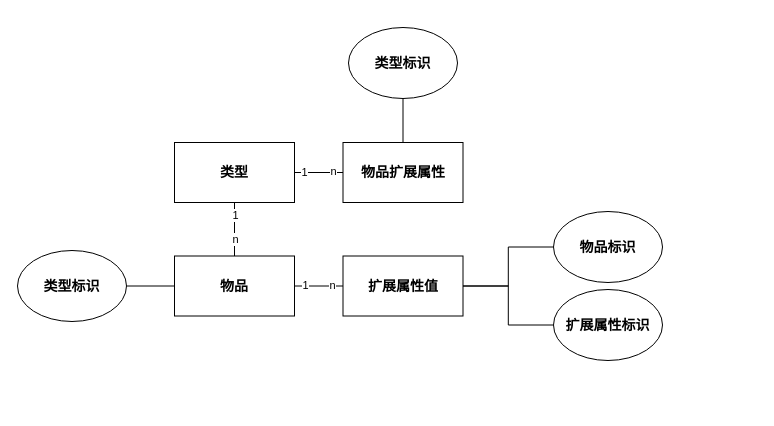
The draw.io diagram 存储模型ER图.drawio in sjxbg/xmindfile, before the edit. Source tidied: cells renumbered, new cells numbered last; positions are measured from the earlier drawing's top-left corner, leaving out a move shared by most shapes. Both pictures are drawn from the tidied source at 100%, with x=0, y=0 at pixel (17, 27).
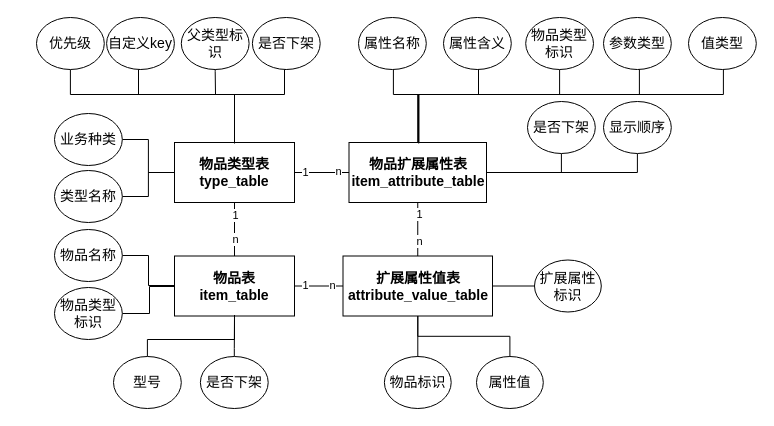
The same page after the edit.

Commit message:
更新存储模型ER图.drawio

Diff of the diagram source:
```diff
@@
-    <mxCell id="5" value="类型" style="rounded=0;whiteSpace=wrap;html=1;fontStyle=1;fontSize=14;" parent="1" vertex="1">
+    <mxCell id="5" value="物品类型表&lt;br&gt;type_table" style="rounded=0;whiteSpace=wrap;html=1;fontStyle=1;fontSize=14;" parent="1" vertex="1">
       <mxGeometry x="157" y="115" width="120" height="60" as="geometry" />
     </mxCell>
-    <mxCell id="6" style="edgeStyle=orthogonalEdgeStyle;rounded=0;jettySize=auto;html=1;endArrow=none;endFill=0;fontStyle=1;fontSize=14;" parent="1" edge="1" source="7" target="16">
+    <mxCell id="6" style="edgeStyle=orthogonalEdgeStyle;rounded=0;jettySize=auto;html=1;endArrow=none;endFill=0;fontStyle=1;fontSize=14;exitX=0;exitY=0.5;exitDx=0;exitDy=0;" parent="1" edge="1" source="5" target="16">
       <mxGeometry relative="1" as="geometry" />
     </mxCell>
+    <mxCell id="23" style="edgeStyle=orthogonalEdgeStyle;rounded=0;jettySize=auto;html=1;endArrow=none;endFill=0;" parent="1" edge="1" source="7" target="15">
+      <mxGeometry relative="1" as="geometry" />
+    </mxCell>
+    <mxCell id="24" value="1" style="edgeLabel;html=1;align=center;verticalAlign=middle;" parent="23" vertex="1">
+      <mxGeometry x="-0.58" y="1" relative="1" as="geometry" />
+    </mxCell>
+    <mxCell id="25" value="n" style="edgeLabel;html=1;align=center;verticalAlign=middle;" parent="23" vertex="1">
+      <mxGeometry x="0.43" y="1" relative="1" as="geometry" />
+    </mxCell>
-    <mxCell id="7" value="物品扩展属性" style="rounded=0;whiteSpace=wrap;html=1;fontStyle=1;fontSize=14;" parent="1" vertex="1">
-      <mxGeometry x="325.5" y="115" width="120" height="60" as="geometry" />
+    <mxCell id="7" value="物品扩展属性表&lt;br&gt;item_attribute_table" style="rounded=0;whiteSpace=wrap;html=1;fontStyle=1;fontSize=14;" parent="1" vertex="1">
+      <mxGeometry x="331.5" y="115" width="137.5" height="60" as="geometry" />
     </mxCell>
@@
-    <mxCell id="11" style="edgeStyle=orthogonalEdgeStyle;rounded=0;jettySize=auto;html=1;entryX=1;entryY=0.5;entryDx=0;entryDy=0;endArrow=none;endFill=0;fontStyle=1;fontSize=14;" parent="1" edge="1" source="12" target="18">
-      <mxGeometry relative="1" as="geometry" />
-    </mxCell>
-    <mxCell id="12" value="物品" style="rounded=0;whiteSpace=wrap;html=1;fontStyle=1;fontSize=14;" parent="1" vertex="1">
+    <mxCell id="12" value="物品表&lt;br&gt;item_table" style="rounded=0;whiteSpace=wrap;html=1;fontStyle=1;fontSize=14;" parent="1" vertex="1">
       <mxGeometry x="157" y="228.5" width="120" height="60" as="geometry" />
     </mxCell>
-    <mxCell id="13" style="edgeStyle=orthogonalEdgeStyle;rounded=0;jettySize=auto;html=1;endArrow=none;endFill=0;fontStyle=1;fontSize=14;" parent="1" edge="1" source="15" target="17">
-      <mxGeometry relative="1" as="geometry" />
-    </mxCell>
-    <mxCell id="14" style="edgeStyle=orthogonalEdgeStyle;rounded=0;jettySize=auto;html=1;endArrow=none;endFill=0;" parent="1" edge="1" source="15" target="22">
-      <mxGeometry relative="1" as="geometry" />
-    </mxCell>
-    <mxCell id="15" value="扩展属性值" style="rounded=0;whiteSpace=wrap;html=1;fontStyle=1;fontSize=14;" parent="1" vertex="1">
-      <mxGeometry x="325.5" y="228.5" width="120" height="60" as="geometry" />
+    <mxCell id="15" value="扩展属性值表&lt;br&gt;attribute_value_table" style="rounded=0;whiteSpace=wrap;html=1;fontStyle=1;fontSize=14;" parent="1" vertex="1">
+      <mxGeometry x="325.5" y="228.5" width="149.5" height="60" as="geometry" />
     </mxCell>
-    <mxCell id="16" value="类型标识" style="ellipse;whiteSpace=wrap;html=1;fontStyle=1;fontSize=14;" parent="1" vertex="1">
-      <mxGeometry x="331" width="109" height="71" as="geometry" />
+    <mxCell id="16" value="类型名称" style="ellipse;whiteSpace=wrap;html=1;fontStyle=0;fontSize=14;" parent="1" vertex="1">
+      <mxGeometry x="37" y="143" width="67.8" height="52" as="geometry" />
     </mxCell>
-    <mxCell id="17" value="物品标识" style="ellipse;whiteSpace=wrap;html=1;fontStyle=1;fontSize=14;" parent="1" vertex="1">
-      <mxGeometry x="536" y="184" width="109" height="71" as="geometry" />
-    </mxCell>
-    <mxCell id="18" value="类型标识" style="ellipse;whiteSpace=wrap;html=1;fontStyle=1;fontSize=14;" parent="1" vertex="1">
-      <mxGeometry y="223" width="109" height="71" as="geometry" />
-    </mxCell>
@@
+    <mxCell id="26" style="edgeStyle=orthogonalEdgeStyle;rounded=0;jettySize=auto;html=1;entryX=0;entryY=0.5;entryDx=0;entryDy=0;endArrow=none;endFill=0;exitX=1;exitY=0.5;exitDx=0;exitDy=0;" parent="1" edge="1" source="27" target="5">
+      <mxGeometry relative="1" as="geometry" />
+    </mxCell>
+    <mxCell id="27" value="业务种类" style="ellipse;whiteSpace=wrap;html=1;fontStyle=0;fontSize=14;" parent="1" vertex="1">
+      <mxGeometry x="37" y="86" width="67.8" height="52" as="geometry" />
+    </mxCell>
+    <mxCell id="28" style="edgeStyle=orthogonalEdgeStyle;rounded=0;jettySize=auto;html=1;endArrow=none;endFill=0;exitX=0.5;exitY=1;exitDx=0;exitDy=0;" parent="1" edge="1" source="29">
+      <mxGeometry relative="1" as="geometry">
+        <mxPoint x="199" y="115" as="targetPoint" />
+        <Array as="points">
+          <mxPoint x="53" y="67" />
+          <mxPoint x="217" y="67" />
+          <mxPoint x="217" y="115" />
+        </Array>
+      </mxGeometry>
+    </mxCell>
+    <mxCell id="29" value="优先级" style="ellipse;whiteSpace=wrap;html=1;fontStyle=0;fontSize=14;" parent="1" vertex="1">
+      <mxGeometry x="19" y="-10" width="67.8" height="52" as="geometry" />
+    </mxCell>
+    <mxCell id="30" style="edgeStyle=orthogonalEdgeStyle;rounded=0;jettySize=auto;html=1;endArrow=none;endFill=0;exitX=0.5;exitY=1;exitDx=0;exitDy=0;" parent="1" edge="1" source="31">
+      <mxGeometry relative="1" as="geometry">
+        <mxPoint x="183" y="115" as="targetPoint" />
+        <Array as="points">
+          <mxPoint x="121" y="42" />
+          <mxPoint x="121" y="67" />
+          <mxPoint x="217" y="67" />
+          <mxPoint x="217" y="115" />
+        </Array>
+      </mxGeometry>
+    </mxCell>
+    <mxCell id="31" value="自定义key" style="ellipse;whiteSpace=wrap;html=1;fontStyle=0;fontSize=14;" parent="1" vertex="1">
+      <mxGeometry x="89.1" y="-10" width="67.8" height="52" as="geometry" />
+    </mxCell>
+    <mxCell id="32" style="edgeStyle=orthogonalEdgeStyle;rounded=0;jettySize=auto;html=1;endArrow=none;endFill=0;exitX=0.5;exitY=1;exitDx=0;exitDy=0;" parent="1" edge="1" source="33">
+      <mxGeometry relative="1" as="geometry">
+        <mxPoint x="217" y="116" as="targetPoint" />
+        <Array as="points">
+          <mxPoint x="267" y="67" />
+          <mxPoint x="217" y="67" />
+        </Array>
+      </mxGeometry>
+    </mxCell>
+    <mxCell id="33" value="是否下架" style="ellipse;whiteSpace=wrap;html=1;fontStyle=0;fontSize=14;" parent="1" vertex="1">
+      <mxGeometry x="234.9" y="-10" width="67.8" height="52" as="geometry" />
+    </mxCell>
+    <mxCell id="34" style="edgeStyle=orthogonalEdgeStyle;rounded=0;orthogonalLoop=1;jettySize=auto;html=1;endArrow=none;endFill=0;exitX=0.5;exitY=1;exitDx=0;exitDy=0;" parent="1" edge="1">
+      <mxGeometry relative="1" as="geometry">
+        <mxPoint x="375.9" y="42" as="sourcePoint" />
+        <mxPoint x="401" y="114" as="targetPoint" />
+        <Array as="points">
+          <mxPoint x="376" y="67" />
+          <mxPoint x="401" y="67" />
+        </Array>
+      </mxGeometry>
+    </mxCell>
+    <mxCell id="35" value="属性名称" style="ellipse;whiteSpace=wrap;html=1;fontStyle=0;fontSize=14;" parent="1" vertex="1">
+      <mxGeometry x="341" y="-10" width="67.8" height="52" as="geometry" />
+    </mxCell>
+    <mxCell id="36" style="edgeStyle=orthogonalEdgeStyle;rounded=0;orthogonalLoop=1;jettySize=auto;html=1;endArrow=none;endFill=0;exitX=0.5;exitY=1;exitDx=0;exitDy=0;entryX=0.5;entryY=0;entryDx=0;entryDy=0;" parent="1" edge="1">
+      <mxGeometry relative="1" as="geometry">
+        <mxPoint x="459.9" y="42" as="sourcePoint" />
+        <mxPoint x="400.2" y="115" as="targetPoint" />
+        <Array as="points">
+          <mxPoint x="461" y="67" />
+          <mxPoint x="400" y="67" />
+        </Array>
+      </mxGeometry>
+    </mxCell>
+    <mxCell id="37" value="属性含义" style="ellipse;whiteSpace=wrap;html=1;fontStyle=0;fontSize=14;" parent="1" vertex="1">
+      <mxGeometry x="426" y="-10" width="67.8" height="52" as="geometry" />
+    </mxCell>
+    <mxCell id="38" style="edgeStyle=orthogonalEdgeStyle;rounded=0;orthogonalLoop=1;jettySize=auto;html=1;endArrow=none;endFill=0;entryX=0.5;entryY=0;entryDx=0;entryDy=0;" parent="1" edge="1">
+      <mxGeometry relative="1" as="geometry">
+        <mxPoint x="621.9" y="17" as="sourcePoint" />
+        <mxPoint x="401.2" y="115" as="targetPoint" />
+        <Array as="points">
+          <mxPoint x="622" y="67" />
+          <mxPoint x="401" y="67" />
+        </Array>
+      </mxGeometry>
+    </mxCell>
+    <mxCell id="39" style="edgeStyle=orthogonalEdgeStyle;rounded=0;orthogonalLoop=1;jettySize=auto;html=1;entryX=0.5;entryY=0;entryDx=0;entryDy=0;endArrow=none;endFill=0;exitX=0.5;exitY=1;exitDx=0;exitDy=0;" parent="1" edge="1">
+      <mxGeometry relative="1" as="geometry">
+        <mxPoint x="542.1" y="42" as="sourcePoint" />
+        <mxPoint x="401.2" y="116" as="targetPoint" />
+        <Array as="points">
+          <mxPoint x="542" y="67" />
+          <mxPoint x="401" y="67" />
+        </Array>
+      </mxGeometry>
+    </mxCell>
+    <mxCell id="40" value="值类型" style="ellipse;whiteSpace=wrap;html=1;fontStyle=0;fontSize=14;" parent="1" vertex="1">
+      <mxGeometry x="671" y="-10" width="67.8" height="52" as="geometry" />
+    </mxCell>
+    <mxCell id="41" style="edgeStyle=orthogonalEdgeStyle;rounded=0;jettySize=auto;html=1;entryX=1;entryY=0.5;entryDx=0;entryDy=0;endArrow=none;endFill=0;exitX=0.5;exitY=1;exitDx=0;exitDy=0;" parent="1" edge="1" source="42" target="7">
+      <mxGeometry relative="1" as="geometry">
+        <Array as="points">
+          <mxPoint x="620" y="145" />
+        </Array>
+      </mxGeometry>
+    </mxCell>
+    <mxCell id="42" value="显示顺序" style="ellipse;whiteSpace=wrap;html=1;fontStyle=0;fontSize=14;" parent="1" vertex="1">
+      <mxGeometry x="586" y="74" width="67.8" height="52" as="geometry" />
+    </mxCell>
+    <mxCell id="43" style="edgeStyle=orthogonalEdgeStyle;rounded=0;jettySize=auto;html=1;entryX=1;entryY=0.5;entryDx=0;entryDy=0;endArrow=none;endFill=0;exitX=0.5;exitY=1;exitDx=0;exitDy=0;" parent="1" edge="1" source="44" target="7">
+      <mxGeometry relative="1" as="geometry">
+        <Array as="points">
+          <mxPoint x="544" y="145" />
+        </Array>
+      </mxGeometry>
+    </mxCell>
+    <mxCell id="44" value="是否下架" style="ellipse;whiteSpace=wrap;html=1;fontStyle=0;fontSize=14;" parent="1" vertex="1">
+      <mxGeometry x="510" y="74" width="67.8" height="52" as="geometry" />
+    </mxCell>
+    <mxCell id="45" style="edgeStyle=orthogonalEdgeStyle;rounded=0;orthogonalLoop=1;jettySize=auto;html=1;entryX=0.5;entryY=0;entryDx=0;entryDy=0;endArrow=none;endFill=0;exitX=0.5;exitY=1;exitDx=0;exitDy=0;" parent="1" edge="1">
+      <mxGeometry relative="1" as="geometry">
+        <mxPoint x="705.9" y="42" as="sourcePoint" />
+        <mxPoint x="401.2" y="115" as="targetPoint" />
+        <Array as="points">
+          <mxPoint x="706" y="67" />
+          <mxPoint x="401" y="67" />
+        </Array>
+      </mxGeometry>
+    </mxCell>
+    <mxCell id="46" value="参数类型" style="ellipse;whiteSpace=wrap;html=1;fontStyle=0;fontSize=14;" parent="1" vertex="1">
+      <mxGeometry x="586" y="-10" width="67.8" height="52" as="geometry" />
+    </mxCell>
+    <mxCell id="47" value="物品类型标识" style="ellipse;whiteSpace=wrap;html=1;fontStyle=0;fontSize=14;" parent="1" vertex="1">
+      <mxGeometry x="508.2" y="-10" width="67.8" height="52" as="geometry" />
+    </mxCell>
+    <mxCell id="48" style="edgeStyle=orthogonalEdgeStyle;rounded=0;jettySize=auto;html=1;endArrow=none;endFill=0;" parent="1" edge="1" source="49" target="12">
+      <mxGeometry relative="1" as="geometry">
+        <Array as="points">
+          <mxPoint x="131" y="228" />
+          <mxPoint x="131" y="258" />
+        </Array>
+      </mxGeometry>
+    </mxCell>
+    <mxCell id="49" value="物品名称" style="ellipse;whiteSpace=wrap;html=1;fontStyle=0;fontSize=14;" parent="1" vertex="1">
+      <mxGeometry x="37" y="202" width="67.8" height="52" as="geometry" />
+    </mxCell>
+    <mxCell id="50" style="edgeStyle=orthogonalEdgeStyle;rounded=0;jettySize=auto;html=1;endArrow=none;endFill=0;exitX=0.5;exitY=0;exitDx=0;exitDy=0;" parent="1" edge="1" source="51">
+      <mxGeometry relative="1" as="geometry">
+        <mxPoint x="217" y="287.5" as="targetPoint" />
+        <Array as="points">
+          <mxPoint x="217" y="321" />
+          <mxPoint x="217" y="321" />
+        </Array>
+      </mxGeometry>
+    </mxCell>
+    <mxCell id="51" value="是否下架" style="ellipse;whiteSpace=wrap;html=1;fontStyle=0;fontSize=14;" parent="1" vertex="1">
+      <mxGeometry x="182.9" y="329" width="67.8" height="52" as="geometry" />
+    </mxCell>
+    <mxCell id="52" style="edgeStyle=orthogonalEdgeStyle;rounded=0;jettySize=auto;html=1;entryX=0.5;entryY=1;entryDx=0;entryDy=0;endArrow=none;endFill=0;exitX=0.5;exitY=0;exitDx=0;exitDy=0;" parent="1" edge="1" source="53" target="12">
+      <mxGeometry relative="1" as="geometry">
+        <Array as="points">
+          <mxPoint x="130" y="312" />
+          <mxPoint x="217" y="312" />
+        </Array>
+      </mxGeometry>
+    </mxCell>
+    <mxCell id="53" value="型号" style="ellipse;whiteSpace=wrap;html=1;fontStyle=0;fontSize=14;" parent="1" vertex="1">
+      <mxGeometry x="96" y="329" width="67.8" height="52" as="geometry" />
+    </mxCell>
+    <mxCell id="54" style="edgeStyle=orthogonalEdgeStyle;rounded=0;jettySize=auto;html=1;endArrow=none;endFill=0;exitX=1;exitY=0.5;exitDx=0;exitDy=0;" parent="1" edge="1" source="55" target="12">
+      <mxGeometry relative="1" as="geometry">
+        <Array as="points">
+          <mxPoint x="132" y="286" />
+          <mxPoint x="132" y="259" />
+        </Array>
+      </mxGeometry>
+    </mxCell>
+    <mxCell id="55" value="物品类型标识" style="ellipse;whiteSpace=wrap;html=1;fontStyle=0;fontSize=14;" parent="1" vertex="1">
+      <mxGeometry x="37" y="260" width="67.8" height="52" as="geometry" />
+    </mxCell>
+    <mxCell id="56" style="edgeStyle=orthogonalEdgeStyle;rounded=0;jettySize=auto;html=1;endArrow=none;endFill=0;" parent="1" edge="1" source="57" target="15">
+      <mxGeometry relative="1" as="geometry" />
+    </mxCell>
+    <mxCell id="57" value="属性值" style="ellipse;whiteSpace=wrap;html=1;fontStyle=0;fontSize=14;" parent="1" vertex="1">
+      <mxGeometry x="459" y="329" width="66.8" height="52" as="geometry" />
+    </mxCell>
+    <mxCell id="58" style="edgeStyle=orthogonalEdgeStyle;rounded=0;jettySize=auto;html=1;endArrow=none;endFill=0;exitX=0.5;exitY=0;exitDx=0;exitDy=0;" parent="1" edge="1" source="17" target="15">
+      <mxGeometry relative="1" as="geometry">
+        <Array as="points">
+          <mxPoint x="400" y="337" />
+        </Array>
+      </mxGeometry>
+    </mxCell>
+    <mxCell id="17" value="物品标识" style="ellipse;whiteSpace=wrap;html=1;fontStyle=0;fontSize=14;" parent="1" vertex="1">
+      <mxGeometry x="366.9" y="329" width="66.8" height="52" as="geometry" />
+    </mxCell>
+    <mxCell id="59" style="edgeStyle=orthogonalEdgeStyle;rounded=0;jettySize=auto;html=1;entryX=1;entryY=0.5;entryDx=0;entryDy=0;endArrow=none;endFill=0;" parent="1" edge="1" source="22" target="15">
+      <mxGeometry relative="1" as="geometry" />
+    </mxCell>
-    <mxCell id="22" value="扩展属性标识" style="ellipse;whiteSpace=wrap;html=1;fontStyle=1;fontSize=14;" parent="1" vertex="1">
-      <mxGeometry x="536" y="262" width="109" height="71" as="geometry" />
+    <mxCell id="22" value="扩展属性标识" style="ellipse;whiteSpace=wrap;html=1;fontStyle=0;fontSize=14;" parent="1" vertex="1">
+      <mxGeometry x="517" y="232.5" width="66.8" height="52" as="geometry" />
     </mxCell>
+    <mxCell id="60" style="edgeStyle=orthogonalEdgeStyle;rounded=0;jettySize=auto;html=1;exitX=0.5;exitY=1;exitDx=0;exitDy=0;endArrow=none;endFill=0;" parent="1" edge="1" source="61" target="5">
+      <mxGeometry relative="1" as="geometry">
+        <Array as="points">
+          <mxPoint x="198" y="44" />
+          <mxPoint x="198" y="67" />
+          <mxPoint x="217" y="67" />
+        </Array>
+      </mxGeometry>
+    </mxCell>
+    <mxCell id="61" value="父类型标识" style="ellipse;whiteSpace=wrap;html=1;fontStyle=0;fontSize=14;" parent="1" vertex="1">
+      <mxGeometry x="163.8" y="-10" width="67.8" height="52" as="geometry" />
+    </mxCell>
```
